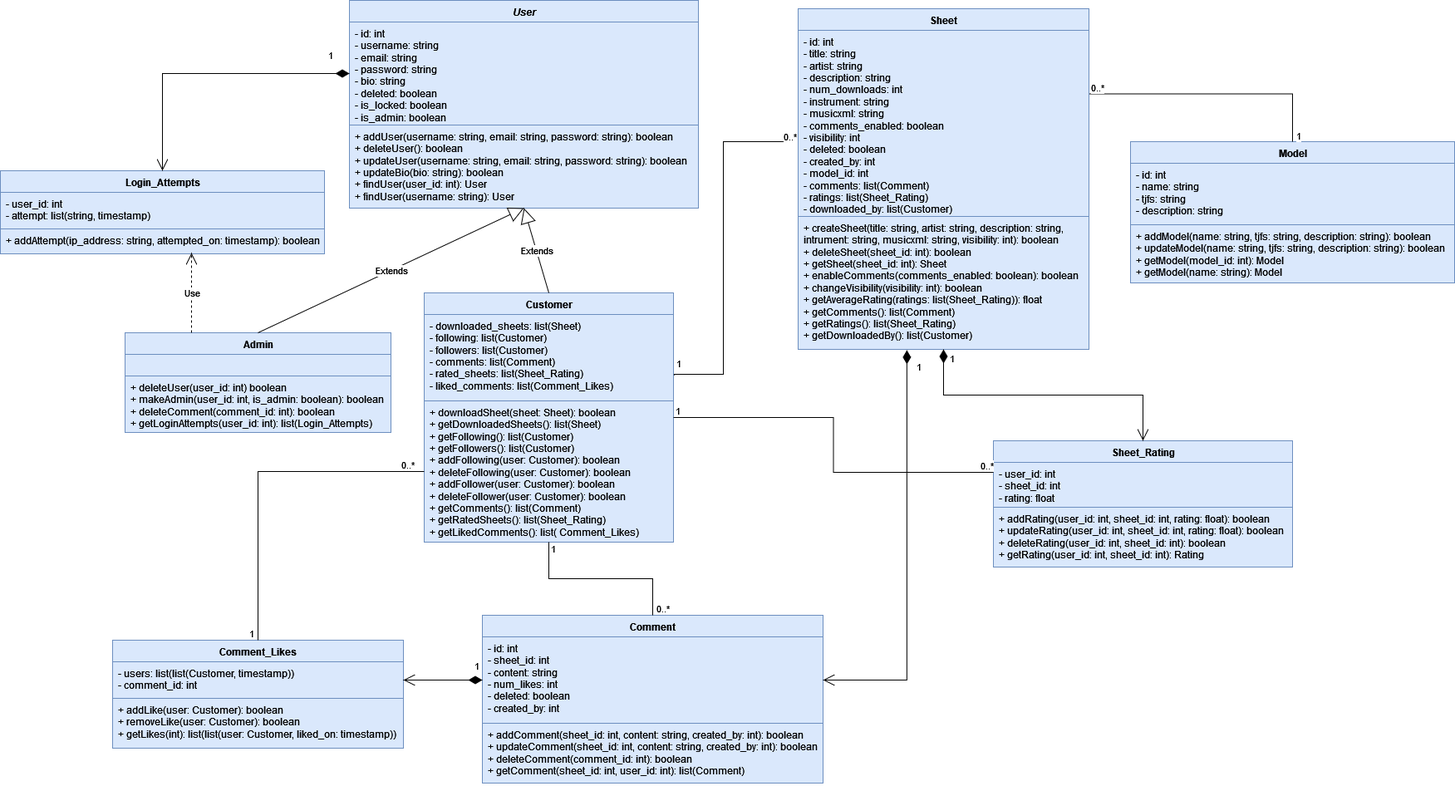
Before: db/Knowtes_Class_Diagram.png, a diagram exported from draw.io (ProjFall2025/Team3). Source tidied: cells renumbered, new cells last; positions are measured from the earlier drawing's top-left corner, leaving out a move shared by most shapes.
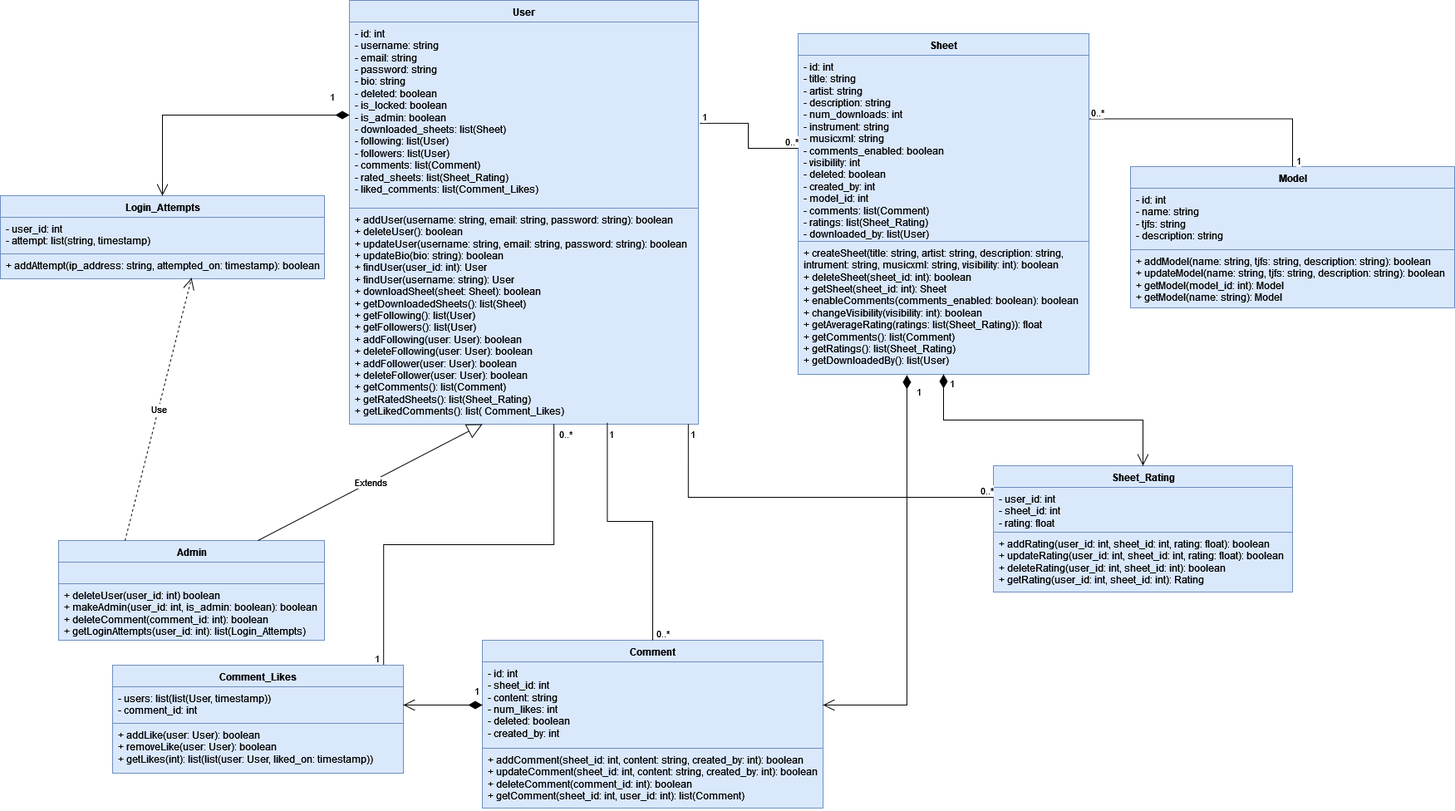
Later version of the same file.

Commit message:
Updated UML Class Diagram

Diff of the diagram source:
```diff
@@ -4,11 +4,2 @@
     <mxCell id="1" parent="0" />
-    <mxCell id="2" value="Customer" style="swimlane;fontStyle=1;align=center;verticalAlign=top;horizontal=1;startSize=26;whiteSpace=wrap;html=1;fillColor=#dae8fc;strokeColor=#6c8ebf;" parent="1" vertex="1">
-      <mxGeometry x="510" y="352" width="300" height="300" as="geometry" />
-    </mxCell>
-    <mxCell id="3" value="&lt;div&gt;&lt;div&gt;&lt;div&gt;&lt;div&gt;&lt;div&gt;&lt;div&gt;&lt;div&gt;&lt;div&gt;&lt;div&gt;- downloaded_sheets: list(Sheet)&lt;br&gt;&lt;/div&gt;&lt;div&gt;- following: list(Customer)&lt;/div&gt;&lt;div&gt;- followers: list(Customer)&lt;/div&gt;&lt;div&gt;- comments: list(Comment)&lt;/div&gt;&lt;div&gt;- rated_sheets: list(Sheet_Rating)&lt;br&gt;&lt;/div&gt;&lt;/div&gt;&lt;/div&gt;&lt;/div&gt;&lt;/div&gt;&lt;/div&gt;&lt;/div&gt;&lt;/div&gt;&lt;/div&gt;&lt;div&gt;- liked_comments: list(Comment_Likes)&lt;br&gt;&lt;/div&gt;" style="text;strokeColor=#6c8ebf;fillColor=#dae8fc;align=left;verticalAlign=top;spacingLeft=4;spacingRight=4;overflow=hidden;points=[[0,0.5],[1,0.5]];portConstraint=eastwest;whiteSpace=wrap;html=1;" parent="2" vertex="1">
-      <mxGeometry y="26" width="300" height="104" as="geometry" />
-    </mxCell>
-    <mxCell id="4" value="&lt;div&gt;&lt;div&gt;&lt;div&gt;&lt;div&gt;&lt;div&gt;&lt;div&gt;+ downloadSheet(sheet: Sheet): boolean&lt;br&gt;&lt;/div&gt;&lt;div&gt;+ getDownloadedSheets(): list(Sheet)&lt;br&gt;&lt;/div&gt;&lt;div&gt;+ getFollowing(): list(Customer)&lt;/div&gt;&lt;div&gt;+ getFollowers(): list(Customer)&lt;/div&gt;&lt;div&gt;+ addFollowing(user: Customer): boolean&lt;/div&gt;&lt;div&gt;+ deleteFollowing(user: Customer): boolean&lt;/div&gt;&lt;div&gt;+ addFollower(user: Customer): boolean&lt;/div&gt;&lt;div&gt;+ deleteFollower(user: Customer): boolean&lt;/div&gt;&lt;div&gt;+ getComments(): list(Comment)&lt;/div&gt;&lt;div&gt;+ getRatedSheets(): list(Sheet_Rating)&lt;/div&gt;&lt;div&gt;+ getLikedComments(): list( Comment_Likes)&lt;br&gt;&lt;/div&gt;&lt;div&gt;&lt;br&gt;&lt;/div&gt;&lt;/div&gt;&lt;/div&gt;&lt;/div&gt;&lt;/div&gt;&lt;/div&gt;" style="text;strokeColor=#6c8ebf;fillColor=#dae8fc;align=left;verticalAlign=top;spacingLeft=4;spacingRight=4;overflow=hidden;points=[[0,0.5],[1,0.5]];portConstraint=eastwest;whiteSpace=wrap;html=1;" parent="2" vertex="1">
-      <mxGeometry y="130" width="300" height="170" as="geometry" />
-    </mxCell>
     <mxCell id="5" value="Sheet" style="swimlane;fontStyle=1;align=center;verticalAlign=top;horizontal=1;startSize=26;whiteSpace=wrap;html=1;fillColor=#dae8fc;strokeColor=#6c8ebf;" parent="1" vertex="1">
@@ -16,6 +7,6 @@
     </mxCell>
-    <mxCell id="6" value="&lt;div&gt;- id: int&lt;/div&gt;&lt;div&gt;&lt;div&gt;- title: string&lt;br&gt;&lt;/div&gt;&lt;div&gt;&lt;div&gt;- artist: string &lt;br&gt;&lt;/div&gt;&lt;div&gt;&lt;div&gt;- description: string&lt;/div&gt;&lt;div&gt;&lt;div&gt;- num_downloads: int&lt;br&gt;&lt;/div&gt;&lt;div&gt;&lt;div&gt;- instrument: string&lt;br&gt;&lt;/div&gt;&lt;div&gt;&lt;div&gt;- musicxml: string&lt;br&gt;&lt;/div&gt;&lt;div&gt;&lt;div&gt;- comments_enabled: boolean&lt;br&gt;&lt;/div&gt;&lt;div&gt;&lt;div&gt;- visibility: int&lt;br&gt;&lt;/div&gt;&lt;div&gt;&lt;div&gt;- deleted: boolean&lt;br&gt;&lt;/div&gt;&lt;div&gt;- created_by: int&lt;/div&gt;&lt;div&gt;- model_id: int&lt;/div&gt;&lt;div&gt;- comments: list(Comment)&lt;/div&gt;&lt;div&gt;- ratings: list(Sheet_Rating)&lt;/div&gt;&lt;div&gt;- downloaded_by: list(Customer)&lt;br&gt;&lt;/div&gt;&lt;/div&gt;&lt;div&gt;&lt;br&gt;&lt;br&gt;&lt;/div&gt;&lt;/div&gt;&lt;/div&gt;&lt;/div&gt;&lt;/div&gt;&lt;/div&gt;&lt;/div&gt;&lt;/div&gt;&lt;/div&gt;&lt;div&gt;&lt;br&gt;&lt;/div&gt;" style="text;strokeColor=#6c8ebf;fillColor=#dae8fc;align=left;verticalAlign=top;spacingLeft=4;spacingRight=4;overflow=hidden;points=[[0,0.5],[1,0.5]];portConstraint=eastwest;whiteSpace=wrap;html=1;" parent="5" vertex="1">
+    <mxCell id="6" value="&lt;div&gt;- id: int&lt;/div&gt;&lt;div&gt;&lt;div&gt;- title: string&lt;br&gt;&lt;/div&gt;&lt;div&gt;&lt;div&gt;- artist: string &lt;br&gt;&lt;/div&gt;&lt;div&gt;&lt;div&gt;- description: string&lt;/div&gt;&lt;div&gt;&lt;div&gt;- num_downloads: int&lt;br&gt;&lt;/div&gt;&lt;div&gt;&lt;div&gt;- instrument: string&lt;br&gt;&lt;/div&gt;&lt;div&gt;&lt;div&gt;- musicxml: string&lt;br&gt;&lt;/div&gt;&lt;div&gt;&lt;div&gt;- comments_enabled: boolean&lt;br&gt;&lt;/div&gt;&lt;div&gt;&lt;div&gt;- visibility: int&lt;br&gt;&lt;/div&gt;&lt;div&gt;&lt;div&gt;- deleted: boolean&lt;br&gt;&lt;/div&gt;&lt;div&gt;- created_by: int&lt;/div&gt;&lt;div&gt;- model_id: int&lt;/div&gt;&lt;div&gt;- comments: list(Comment)&lt;/div&gt;&lt;div&gt;- ratings: list(Sheet_Rating)&lt;/div&gt;&lt;div&gt;- downloaded_by: list(User)&lt;br&gt;&lt;/div&gt;&lt;/div&gt;&lt;div&gt;&lt;br&gt;&lt;br&gt;&lt;/div&gt;&lt;/div&gt;&lt;/div&gt;&lt;/div&gt;&lt;/div&gt;&lt;/div&gt;&lt;/div&gt;&lt;/div&gt;&lt;/div&gt;&lt;div&gt;&lt;br&gt;&lt;/div&gt;" style="text;strokeColor=#6c8ebf;fillColor=#dae8fc;align=left;verticalAlign=top;spacingLeft=4;spacingRight=4;overflow=hidden;points=[[0,0.5],[1,0.5]];portConstraint=eastwest;whiteSpace=wrap;html=1;" parent="5" vertex="1">
       <mxGeometry y="26" width="350" height="224" as="geometry" />
     </mxCell>
-    <mxCell id="7" value="&lt;div&gt;+ createSheet(title: string, artist: string, description: string, intrument: string, musicxml: string, visibility: int): boolean&lt;/div&gt;&lt;div&gt;+ deleteSheet(sheet_id: int): boolean&lt;/div&gt;&lt;div&gt;+ getSheet(sheet_id: int): Sheet&lt;/div&gt;&lt;div&gt;+ enableComments(comments_enabled: boolean): boolean&lt;/div&gt;&lt;div&gt;+ changeVisibility(visibility: int): boolean&lt;/div&gt;&lt;div&gt;+ getAverageRating(ratings: list(Sheet_Rating)): float&lt;/div&gt;&lt;div&gt;+ getComments(): list(Comment)&lt;/div&gt;&lt;div&gt;+ getRatings(): list(Sheet_Rating)&lt;/div&gt;&lt;div&gt;+ getDownloadedBy(): list(Customer)&lt;br&gt;&lt;/div&gt;" style="text;strokeColor=#6c8ebf;fillColor=#dae8fc;align=left;verticalAlign=top;spacingLeft=4;spacingRight=4;overflow=hidden;points=[[0,0.5],[1,0.5]];portConstraint=eastwest;whiteSpace=wrap;html=1;" parent="5" vertex="1">
+    <mxCell id="7" value="&lt;div&gt;+ createSheet(title: string, artist: string, description: string, intrument: string, musicxml: string, visibility: int): boolean&lt;/div&gt;&lt;div&gt;+ deleteSheet(sheet_id: int): boolean&lt;/div&gt;&lt;div&gt;+ getSheet(sheet_id: int): Sheet&lt;/div&gt;&lt;div&gt;+ enableComments(comments_enabled: boolean): boolean&lt;/div&gt;&lt;div&gt;+ changeVisibility(visibility: int): boolean&lt;/div&gt;&lt;div&gt;+ getAverageRating(ratings: list(Sheet_Rating)): float&lt;/div&gt;&lt;div&gt;+ getComments(): list(Comment)&lt;/div&gt;&lt;div&gt;+ getRatings(): list(Sheet_Rating)&lt;/div&gt;&lt;div&gt;+ getDownloadedBy(): list(User)&lt;br&gt;&lt;/div&gt;" style="text;strokeColor=#6c8ebf;fillColor=#dae8fc;align=left;verticalAlign=top;spacingLeft=4;spacingRight=4;overflow=hidden;points=[[0,0.5],[1,0.5]];portConstraint=eastwest;whiteSpace=wrap;html=1;" parent="5" vertex="1">
       <mxGeometry y="250" width="350" height="160" as="geometry" />
@@ -49,13 +40,13 @@
     </mxCell>
-    <mxCell id="17" value="&lt;i&gt;User&lt;/i&gt;" style="swimlane;fontStyle=1;align=center;verticalAlign=top;horizontal=1;startSize=26;whiteSpace=wrap;html=1;fillColor=#dae8fc;strokeColor=#6c8ebf;" parent="1" vertex="1">
-      <mxGeometry x="420" width="420" height="250" as="geometry" />
+    <mxCell id="17" value="User" style="swimlane;fontStyle=1;align=center;verticalAlign=top;horizontal=1;startSize=26;whiteSpace=wrap;html=1;fillColor=#dae8fc;strokeColor=#6c8ebf;" parent="1" vertex="1">
+      <mxGeometry x="420" y="-30" width="420" height="510" as="geometry" />
     </mxCell>
-    <mxCell id="18" value="&lt;div&gt;- id: int&lt;/div&gt;&lt;div&gt;- username: string&lt;/div&gt;&lt;div&gt;- email: string&lt;/div&gt;&lt;div&gt;- password: string&lt;/div&gt;&lt;div&gt;- bio: string&lt;br&gt;&lt;/div&gt;&lt;div&gt;&lt;div&gt;- deleted: boolean&lt;/div&gt;&lt;div&gt;- is_locked: boolean&lt;/div&gt;&lt;/div&gt;&lt;div&gt;- is_admin: boolean&lt;br&gt;&lt;/div&gt;" style="text;strokeColor=#6c8ebf;fillColor=#dae8fc;align=left;verticalAlign=top;spacingLeft=4;spacingRight=4;overflow=hidden;points=[[0,0.5],[1,0.5]];portConstraint=eastwest;whiteSpace=wrap;html=1;" parent="17" vertex="1">
-      <mxGeometry y="26" width="420" height="124" as="geometry" />
+    <mxCell id="18" value="&lt;div&gt;- id: int&lt;/div&gt;&lt;div&gt;- username: string&lt;/div&gt;&lt;div&gt;- email: string&lt;/div&gt;&lt;div&gt;- password: string&lt;/div&gt;&lt;div&gt;- bio: string&lt;br&gt;&lt;/div&gt;&lt;div&gt;&lt;div&gt;- deleted: boolean&lt;/div&gt;&lt;div&gt;- is_locked: boolean&lt;/div&gt;&lt;/div&gt;&lt;div&gt;- is_admin: boolean&lt;/div&gt;&lt;div&gt;&lt;div&gt;&lt;div&gt;&lt;div&gt;&lt;div&gt;&lt;div&gt;&lt;div&gt;&lt;div&gt;&lt;div&gt;&lt;div&gt;- downloaded_sheets: list(Sheet)&lt;br&gt;&lt;/div&gt;&lt;div&gt;- following: list(User)&lt;/div&gt;&lt;div&gt;- followers: list(User)&lt;/div&gt;&lt;div&gt;- comments: list(Comment)&lt;/div&gt;&lt;div&gt;- rated_sheets: list(Sheet_Rating)&lt;br&gt;&lt;/div&gt;&lt;/div&gt;&lt;/div&gt;&lt;/div&gt;&lt;/div&gt;&lt;/div&gt;&lt;/div&gt;&lt;/div&gt;&lt;/div&gt;&lt;div&gt;- liked_comments: list(Comment_Likes)&lt;br&gt;&lt;/div&gt;&lt;/div&gt;" style="text;strokeColor=#6c8ebf;fillColor=#dae8fc;align=left;verticalAlign=top;spacingLeft=4;spacingRight=4;overflow=hidden;points=[[0,0.5],[1,0.5]];portConstraint=eastwest;whiteSpace=wrap;html=1;" parent="17" vertex="1">
+      <mxGeometry y="26" width="420" height="224" as="geometry" />
     </mxCell>
-    <mxCell id="19" value="&lt;div&gt;+ addUser(username: string, email: string, password: string): boolean&lt;/div&gt;&lt;div&gt;&lt;div&gt;+ deleteUser(): boolean&lt;/div&gt;&lt;/div&gt;&lt;div&gt;+ updateUser(username: string, email: string, password: string): boolean&lt;/div&gt;&lt;div&gt;+ updateBio(bio: string): boolean&lt;br&gt;&lt;/div&gt;&lt;div&gt;+ findUser(user_id: int): User&lt;/div&gt;&lt;div&gt;+ findUser(username: string): User&lt;/div&gt;" style="text;strokeColor=#6c8ebf;fillColor=#dae8fc;align=left;verticalAlign=top;spacingLeft=4;spacingRight=4;overflow=hidden;points=[[0,0.5],[1,0.5]];portConstraint=eastwest;whiteSpace=wrap;html=1;" parent="17" vertex="1">
-      <mxGeometry y="150" width="420" height="100" as="geometry" />
+    <mxCell id="19" value="&lt;div&gt;+ addUser(username: string, email: string, password: string): boolean&lt;/div&gt;&lt;div&gt;&lt;div&gt;+ deleteUser(): boolean&lt;/div&gt;&lt;/div&gt;&lt;div&gt;+ updateUser(username: string, email: string, password: string): boolean&lt;/div&gt;&lt;div&gt;+ updateBio(bio: string): boolean&lt;br&gt;&lt;/div&gt;&lt;div&gt;+ findUser(user_id: int): User&lt;/div&gt;&lt;div&gt;+ findUser(username: string): User&lt;/div&gt;&lt;div&gt;&lt;div&gt;&lt;div&gt;&lt;div&gt;&lt;div&gt;&lt;div&gt;&lt;div&gt;+ downloadSheet(sheet: Sheet): boolean&lt;br&gt;&lt;/div&gt;&lt;div&gt;+ getDownloadedSheets(): list(Sheet)&lt;br&gt;&lt;/div&gt;&lt;div&gt;+ getFollowing(): list(User)&lt;/div&gt;&lt;div&gt;+ getFollowers(): list(User)&lt;/div&gt;&lt;div&gt;+ addFollowing(user: User): boolean&lt;/div&gt;&lt;div&gt;+ deleteFollowing(user: User): boolean&lt;/div&gt;&lt;div&gt;+ addFollower(user: User): boolean&lt;/div&gt;&lt;div&gt;+ deleteFollower(user: User): boolean&lt;/div&gt;&lt;div&gt;+ getComments(): list(Comment)&lt;/div&gt;&lt;div&gt;+ getRatedSheets(): list(Sheet_Rating)&lt;/div&gt;&lt;div&gt;+ getLikedComments(): list( Comment_Likes)&lt;br&gt;&lt;/div&gt;&lt;div&gt;&lt;br&gt;&lt;br&gt;&lt;/div&gt;&lt;/div&gt;&lt;/div&gt;&lt;/div&gt;&lt;/div&gt;&lt;/div&gt;&lt;/div&gt;" style="text;strokeColor=#6c8ebf;fillColor=#dae8fc;align=left;verticalAlign=top;spacingLeft=4;spacingRight=4;overflow=hidden;points=[[0,0.5],[1,0.5]];portConstraint=eastwest;whiteSpace=wrap;html=1;" parent="17" vertex="1">
+      <mxGeometry y="250" width="420" height="260" as="geometry" />
     </mxCell>
     <mxCell id="20" value="Admin" style="swimlane;fontStyle=1;align=center;verticalAlign=top;horizontal=1;startSize=26;whiteSpace=wrap;html=1;fillColor=#dae8fc;strokeColor=#6c8ebf;" parent="1" vertex="1">
-      <mxGeometry x="150" y="400" width="320" height="120" as="geometry" />
+      <mxGeometry x="70" y="620" width="320" height="120" as="geometry" />
     </mxCell>
@@ -67,27 +58,8 @@
     </mxCell>
-    <mxCell id="23" value="Extends" style="endArrow=block;endSize=16;endFill=0;html=1;rounded=0;entryX=0.5;entryY=1;entryDx=0;entryDy=0;exitX=0.5;exitY=0;exitDx=0;exitDy=0;" parent="1" edge="1" source="2" target="17">
-      <mxGeometry relative="1" as="geometry" />
-    </mxCell>
-    <mxCell id="24" value="Extends" style="endArrow=block;endSize=16;endFill=0;html=1;rounded=0;entryX=0.5;entryY=1;entryDx=0;entryDy=0;exitX=0.5;exitY=0;exitDx=0;exitDy=0;" parent="1" edge="1" source="20" target="17">
-      <mxGeometry relative="1" as="geometry" />
+    <mxCell id="24" value="Extends" style="endArrow=block;endSize=16;endFill=0;html=1;rounded=0;entryX=0.5;entryY=1;entryDx=0;entryDy=0;exitX=0.75;exitY=0;exitDx=0;exitDy=0;" parent="1" edge="1" source="20">
+      <mxGeometry relative="1" as="geometry">
+        <mxPoint x="580" y="480" as="targetPoint" />
+      </mxGeometry>
     </mxCell>
-    <mxCell id="25" style="endArrow=none;html=1;edgeStyle=orthogonalEdgeStyle;rounded=0;exitX=1.003;exitY=0.705;exitDx=0;exitDy=0;exitPerimeter=0;entryX=-0.006;entryY=0.604;entryDx=0;entryDy=0;entryPerimeter=0;" parent="1" edge="1" source="3" target="6">
-      <mxGeometry relative="1" as="geometry">
-        <Array as="points">
-          <mxPoint x="811" y="450" />
-          <mxPoint x="870" y="450" />
-          <mxPoint x="870" y="170" />
-          <mxPoint x="958" y="170" />
-        </Array>
-      </mxGeometry>
-    </mxCell>
-    <mxCell id="26" value="1" style="edgeLabel;html=1;align=left;verticalAlign=bottom;" parent="25" vertex="1">
-      <mxGeometry x="-1" relative="1" as="geometry">
-        <mxPoint y="-6" as="offset" />
-      </mxGeometry>
-    </mxCell>
-    <mxCell id="27" value="0..*" style="edgeLabel;html=1;align=right;verticalAlign=bottom;" parent="25" vertex="1">
-      <mxGeometry x="1" relative="1" as="geometry" />
-    </mxCell>
-    <mxCell id="28" style="endArrow=none;html=1;edgeStyle=orthogonalEdgeStyle;rounded=0;exitX=1;exitY=0.5;exitDx=0;exitDy=0;entryX=0;entryY=0.25;entryDx=0;entryDy=0;" parent="1" edge="1" source="2" target="11">
+    <mxCell id="28" style="endArrow=none;html=1;edgeStyle=orthogonalEdgeStyle;rounded=0;exitX=0.971;exitY=0.999;exitDx=0;exitDy=0;entryX=0;entryY=0.25;entryDx=0;entryDy=0;exitPerimeter=0;" parent="1" edge="1" source="19" target="11">
       <mxGeometry relative="1" as="geometry" />
@@ -95,3 +67,5 @@
     <mxCell id="29" value="1" style="edgeLabel;html=1;align=left;verticalAlign=bottom;" parent="28" vertex="1">
-      <mxGeometry x="-1" relative="1" as="geometry" />
+      <mxGeometry x="-1" relative="1" as="geometry">
+        <mxPoint y="20" as="offset" />
+      </mxGeometry>
     </mxCell>
@@ -111,4 +85,9 @@
     </mxCell>
-    <mxCell id="34" style="endArrow=none;html=1;edgeStyle=orthogonalEdgeStyle;rounded=0;exitX=0.5;exitY=1;exitDx=0;exitDy=0;entryX=0.5;entryY=0;entryDx=0;entryDy=0;" parent="1" edge="1" source="2" target="14">
-      <mxGeometry relative="1" as="geometry" />
+    <mxCell id="34" style="endArrow=none;html=1;edgeStyle=orthogonalEdgeStyle;rounded=0;entryX=0.5;entryY=0;entryDx=0;entryDy=0;exitX=0.739;exitY=0.992;exitDx=0;exitDy=0;exitPerimeter=0;" parent="1" edge="1" source="19" target="14">
+      <mxGeometry relative="1" as="geometry">
+        <Array as="points">
+          <mxPoint x="730" y="597" />
+          <mxPoint x="785" y="597" />
+        </Array>
+      </mxGeometry>
     </mxCell>
@@ -116,3 +95,3 @@
       <mxGeometry x="-1" relative="1" as="geometry">
-        <mxPoint y="16" as="offset" />
+        <mxPoint y="22" as="offset" />
       </mxGeometry>
@@ -127,9 +106,9 @@
     </mxCell>
-    <mxCell id="38" value="&lt;div&gt;- users: list(list(Customer, timestamp))&lt;br&gt;&lt;/div&gt;&lt;div&gt;- comment_id: int&lt;/div&gt;&lt;div&gt;&lt;br&gt;&lt;/div&gt;" style="text;strokeColor=#6c8ebf;fillColor=#dae8fc;align=left;verticalAlign=top;spacingLeft=4;spacingRight=4;overflow=hidden;points=[[0,0.5],[1,0.5]];portConstraint=eastwest;whiteSpace=wrap;html=1;" parent="37" vertex="1">
+    <mxCell id="38" value="&lt;div&gt;- users: list(list(User, timestamp))&lt;br&gt;&lt;/div&gt;&lt;div&gt;- comment_id: int&lt;/div&gt;&lt;div&gt;&lt;br&gt;&lt;/div&gt;" style="text;strokeColor=#6c8ebf;fillColor=#dae8fc;align=left;verticalAlign=top;spacingLeft=4;spacingRight=4;overflow=hidden;points=[[0,0.5],[1,0.5]];portConstraint=eastwest;whiteSpace=wrap;html=1;" parent="37" vertex="1">
       <mxGeometry y="26" width="350" height="44" as="geometry" />
     </mxCell>
-    <mxCell id="39" value="&lt;div&gt;+ addLike(user: Customer): boolean&lt;/div&gt;&lt;div&gt;+ removeLike(user: Customer): boolean&lt;/div&gt;&lt;div&gt;+ getLikes(int): list(list(user: Customer, liked_on: timestamp))&lt;br&gt;&lt;/div&gt;" style="text;strokeColor=#6c8ebf;fillColor=#dae8fc;align=left;verticalAlign=top;spacingLeft=4;spacingRight=4;overflow=hidden;whiteSpace=wrap;html=1;" parent="37" vertex="1">
+    <mxCell id="39" value="&lt;div&gt;+ addLike(user: User): boolean&lt;/div&gt;&lt;div&gt;+ removeLike(user: User): boolean&lt;/div&gt;&lt;div&gt;+ getLikes(int): list(list(user: User, liked_on: timestamp))&lt;br&gt;&lt;/div&gt;" style="text;strokeColor=#6c8ebf;fillColor=#dae8fc;align=left;verticalAlign=top;spacingLeft=4;spacingRight=4;overflow=hidden;whiteSpace=wrap;html=1;" parent="37" vertex="1">
       <mxGeometry y="70" width="350" height="60" as="geometry" />
     </mxCell>
-    <mxCell id="40" style="endArrow=none;html=1;edgeStyle=orthogonalEdgeStyle;rounded=0;exitX=0;exitY=0.5;exitDx=0;exitDy=0;entryX=0.5;entryY=0;entryDx=0;entryDy=0;" parent="1" edge="1" source="4" target="37">
+    <mxCell id="40" style="endArrow=none;html=1;edgeStyle=orthogonalEdgeStyle;rounded=0;exitX=0.586;exitY=0.999;exitDx=0;exitDy=0;entryX=0.932;entryY=-0.004;entryDx=0;entryDy=0;exitPerimeter=0;entryPerimeter=0;" parent="1" edge="1" source="19" target="37">
       <mxGeometry relative="1" as="geometry" />
@@ -138,3 +117,3 @@
       <mxGeometry x="-1" relative="1" as="geometry">
-        <mxPoint x="-30" as="offset" />
+        <mxPoint x="4" y="20" as="offset" />
       </mxGeometry>
@@ -172,2 +151,11 @@
     </mxCell>
+    <mxCell id="51" style="endArrow=none;html=1;edgeStyle=orthogonalEdgeStyle;rounded=0;exitX=1.004;exitY=0.544;exitDx=0;exitDy=0;entryX=0;entryY=0.5;entryDx=0;entryDy=0;exitPerimeter=0;" parent="1" edge="1" source="18" target="6">
+      <mxGeometry relative="1" as="geometry" />
+    </mxCell>
+    <mxCell id="26" value="1" style="edgeLabel;html=1;align=left;verticalAlign=bottom;" parent="51" vertex="1">
+      <mxGeometry x="-1" relative="1" as="geometry" />
+    </mxCell>
+    <mxCell id="27" value="0..*" style="edgeLabel;html=1;align=right;verticalAlign=bottom;" parent="51" vertex="1">
+      <mxGeometry x="1" relative="1" as="geometry" />
+    </mxCell>
   </root>
```
